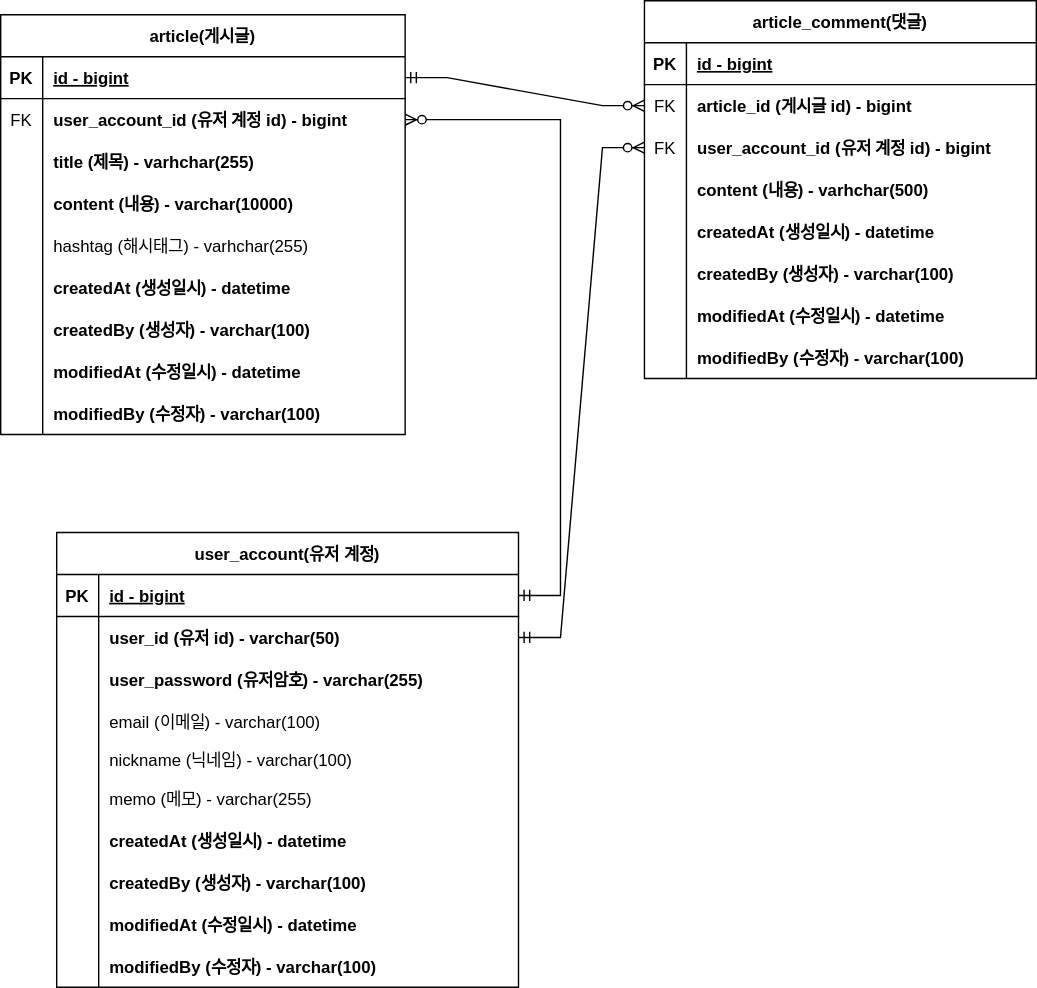
The draw.io diagram document/board-project.svg in daecheolsong/board-project, before a commit. Source tidied: cells renumbered, new cells last; positions are measured from the earlier drawing's top-left corner, leaving out a move shared by most shapes.
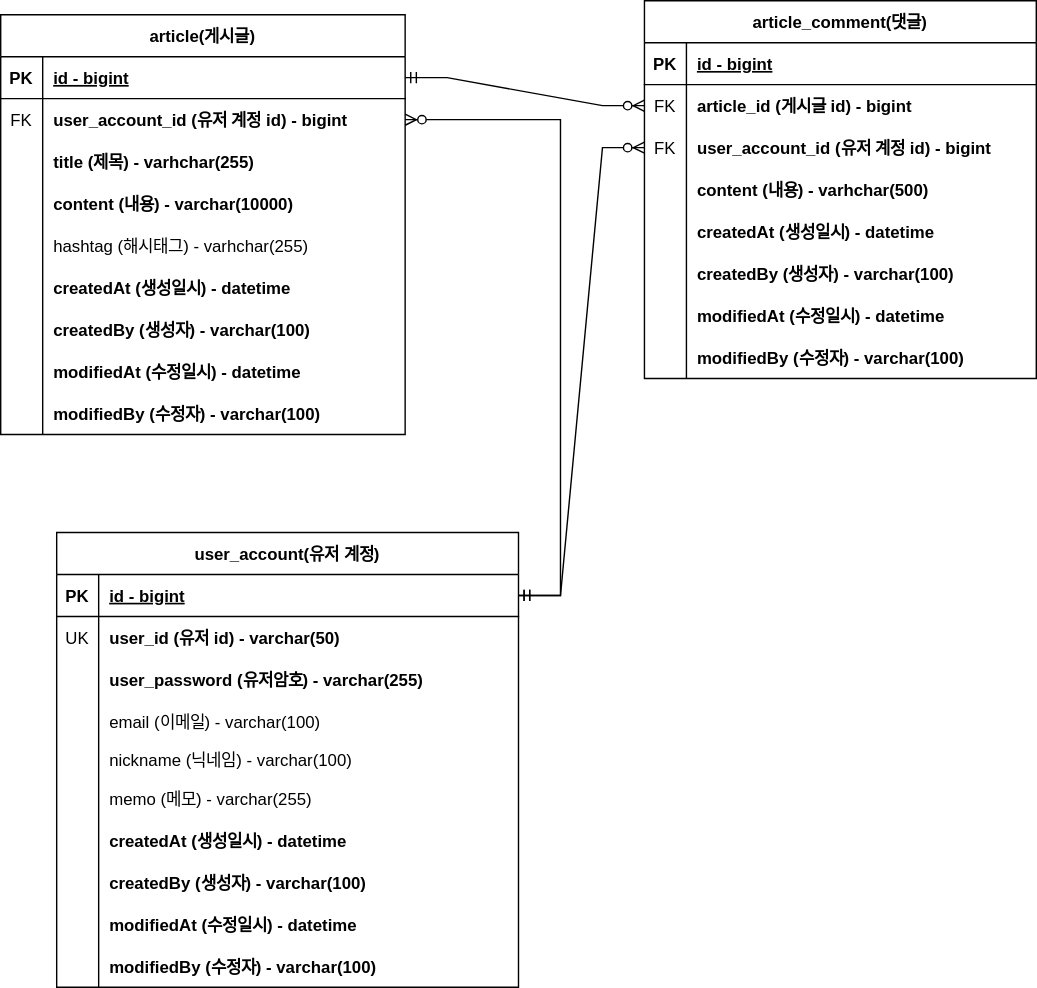
Above is the later version.

Commit message:
#45 - erd 업데이트

What changed in the source:
```diff
@@ -179,7 +179,7 @@
     <mxCell id="60" style="shape=partialRectangle;fillColor=none;points=[[0,0.5],[1,0.5]];portConstraint=eastwest;top=0;left=0;right=0;bottom=0;" parent="56" vertex="1">
       <mxGeometry y="60" width="330" height="30" as="geometry" />
     </mxCell>
-    <mxCell id="61" style="shape=partialRectangle;overflow=hidden;fillColor=none;top=0;left=0;bottom=0;right=0;" parent="60" vertex="1">
+    <mxCell id="61" value="UK" style="shape=partialRectangle;overflow=hidden;fillColor=none;top=0;left=0;bottom=0;right=0;" parent="60" vertex="1">
       <mxGeometry width="30" height="30" as="geometry" />
     </mxCell>
     <mxCell id="62" value="user_id (유저 id) - varchar(50)" style="shape=partialRectangle;overflow=hidden;fillColor=none;top=0;left=0;bottom=0;right=0;align=left;spacingLeft=6;fontStyle=1;" parent="60" vertex="1">
@@ -260,7 +260,7 @@
     <mxCell id="87" style="edgeStyle=entityRelationEdgeStyle;fontSize=12;html=1;endArrow=ERzeroToMany;startArrow=ERmandOne;rounded=0;" parent="1" edge="1" source="57" target="6">
       <mxGeometry relative="1" as="geometry" />
     </mxCell>
-    <mxCell id="88" style="edgeStyle=entityRelationEdgeStyle;fontSize=12;html=1;endArrow=ERzeroToMany;startArrow=ERmandOne;rounded=0;exitX=1;exitY=0.5;exitDx=0;exitDy=0;" parent="1" edge="1" source="60" target="37">
+    <mxCell id="88" style="edgeStyle=entityRelationEdgeStyle;fontSize=12;html=1;endArrow=ERzeroToMany;startArrow=ERmandOne;rounded=0;exitX=1;exitY=0.5;exitDx=0;exitDy=0;" parent="1" edge="1" source="57" target="37">
       <mxGeometry relative="1" as="geometry">
         <Array as="points">
           <mxPoint x="470" y="360" />
```
